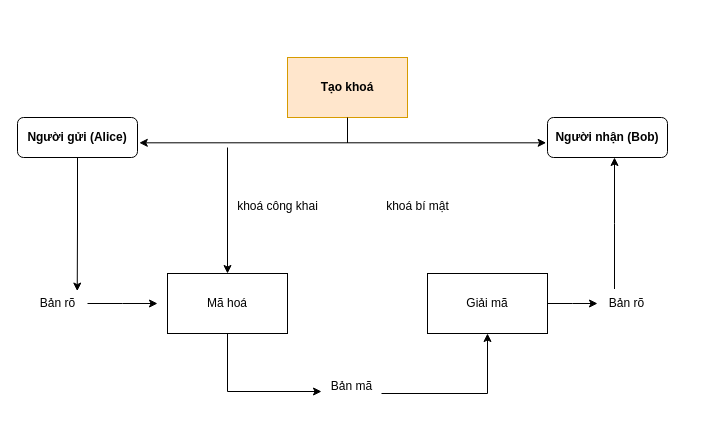
Earlier version of the draw.io diagram PKE.drawio (huyle84/diagrams). Source tidied: cells renumbered, new cells numbered last; positions are measured from the earlier drawing's top-left corner, leaving out a move shared by most shapes. Both pictures are drawn from the tidied source at 100%, with x=0, y=0 at pixel (17, 57).
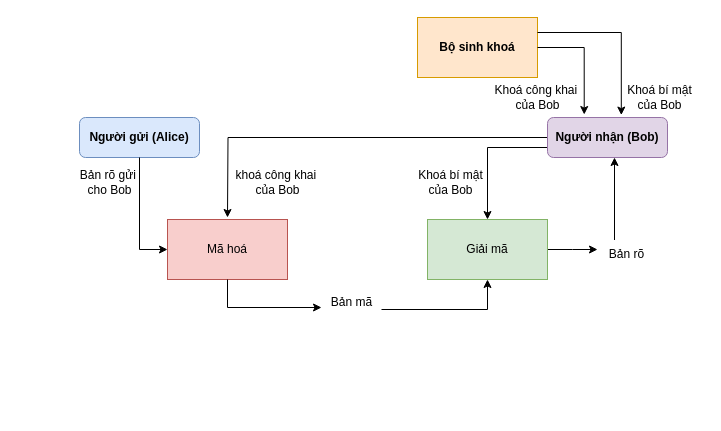
The same page after the edit.

The edit, as a diff of the source:
```diff
@@
-    <mxCell id="2" value="Mã hoá" style="rounded=0;whiteSpace=wrap;html=1;" parent="1" vertex="1">
-      <mxGeometry x="150" y="216" width="120" height="60" as="geometry" />
+    <mxCell id="2" value="Mã hoá" style="rounded=0;whiteSpace=wrap;html=1;fillColor=#f8cecc;strokeColor=#b85450;" parent="1" vertex="1">
+      <mxGeometry x="150" y="162" width="120" height="60" as="geometry" />
     </mxCell>
     <mxCell id="3" style="edgeStyle=orthogonalEdgeStyle;rounded=0;jettySize=auto;html=1;" parent="1" edge="1" source="4">
       <mxGeometry relative="1" as="geometry">
-        <mxPoint x="580" y="246" as="targetPoint" />
+        <mxPoint x="580" y="192" as="targetPoint" />
       </mxGeometry>
     </mxCell>
-    <mxCell id="4" value="Giải mã" style="rounded=0;whiteSpace=wrap;html=1;" parent="1" vertex="1">
-      <mxGeometry x="410" y="216" width="120" height="60" as="geometry" />
+    <mxCell id="4" value="Giải mã" style="rounded=0;whiteSpace=wrap;html=1;fillColor=#d5e8d4;strokeColor=#82b366;" parent="1" vertex="1">
+      <mxGeometry x="410" y="162" width="120" height="60" as="geometry" />
     </mxCell>
-    <mxCell id="5" style="edgeStyle=orthogonalEdgeStyle;rounded=0;jettySize=auto;html=1;exitX=0.5;exitY=1;exitDx=0;exitDy=0;entryX=1.015;entryY=0.633;entryDx=0;entryDy=0;entryPerimeter=0;" parent="1" edge="1" source="6" target="17">
-      <mxGeometry relative="1" as="geometry" />
+    <mxCell id="5" style="edgeStyle=orthogonalEdgeStyle;rounded=0;jettySize=auto;html=1;exitX=0;exitY=0.5;exitDx=0;exitDy=0;" parent="1" edge="1" source="18">
+      <mxGeometry relative="1" as="geometry">
+        <mxPoint x="210" y="160" as="targetPoint" />
+      </mxGeometry>
     </mxCell>
-    <mxCell id="6" value="Tạo khoá" style="rounded=0;whiteSpace=wrap;html=1;fillColor=#ffe6cc;strokeColor=#d79b00;fontStyle=1;" parent="1" vertex="1">
-      <mxGeometry x="270" width="120" height="60" as="geometry" />
+    <mxCell id="6" value="Bộ sinh khoá" style="rounded=0;whiteSpace=wrap;html=1;fillColor=#ffe6cc;strokeColor=#d79b00;fontStyle=1;" parent="1" vertex="1">
+      <mxGeometry x="400" y="-40" width="120" height="60" as="geometry" />
     </mxCell>
-    <mxCell id="7" style="edgeStyle=orthogonalEdgeStyle;rounded=0;jettySize=auto;html=1;exitX=0.5;exitY=1;exitDx=0;exitDy=0;entryX=-0.011;entryY=0.633;entryDx=0;entryDy=0;entryPerimeter=0;" parent="1" edge="1" source="6" target="18">
-      <mxGeometry relative="1" as="geometry" />
-    </mxCell>
-    <mxCell id="8" value="khoá công khai" style="text;html=1;align=center;verticalAlign=middle;strokeColor=none;fillColor=none;" parent="1" vertex="1">
-      <mxGeometry x="210" y="134" width="100" height="30" as="geometry" />
+    <mxCell id="8" value="khoá công khai&amp;nbsp;&lt;div&gt;của Bob&lt;/div&gt;" style="text;html=1;align=center;verticalAlign=middle;strokeColor=none;fillColor=none;" parent="1" vertex="1">
+      <mxGeometry x="205" y="105" width="110" height="40" as="geometry" />
     </mxCell>
-    <mxCell id="9" value="khoá bí mật" style="text;html=1;align=center;verticalAlign=middle;strokeColor=none;fillColor=none;" parent="1" vertex="1">
-      <mxGeometry x="355" y="134" width="90" height="30" as="geometry" />
+    <mxCell id="9" value="Khoá bí mật&lt;div&gt;của Bob&lt;br&gt;&lt;/div&gt;" style="text;html=1;align=center;verticalAlign=middle;strokeColor=none;fillColor=none;" parent="1" vertex="1">
+      <mxGeometry x="388" y="105" width="90" height="40" as="geometry" />
     </mxCell>
-    <mxCell id="10" style="edgeStyle=orthogonalEdgeStyle;rounded=0;jettySize=auto;html=1;" parent="1" edge="1" source="11">
-      <mxGeometry relative="1" as="geometry">
-        <mxPoint x="140" y="246" as="targetPoint" />
-      </mxGeometry>
-    </mxCell>
-    <mxCell id="11" value="Bản rõ" style="text;html=1;align=center;verticalAlign=middle;points=[];strokeColor=none;fillColor=none;" parent="1" vertex="1">
-      <mxGeometry x="10" y="231" width="60" height="30" as="geometry" />
-    </mxCell>
@@
     <mxCell id="13" value="Bản mã&lt;div&gt;&lt;br&gt;&lt;/div&gt;" style="text;html=1;align=center;verticalAlign=middle;points=[];strokeColor=none;fillColor=none;" parent="1" vertex="1">
-      <mxGeometry x="304" y="316" width="60" height="40" as="geometry" />
+      <mxGeometry x="304" y="232" width="60" height="40" as="geometry" />
     </mxCell>
@@
     <mxCell id="15" value="Bản rõ" style="text;html=1;align=center;verticalAlign=middle;points=[];strokeColor=none;fillColor=none;" parent="1" vertex="1">
-      <mxGeometry x="579" y="231" width="60" height="30" as="geometry" />
+      <mxGeometry x="579" y="182" width="60" height="30" as="geometry" />
     </mxCell>
@@
-    <mxCell id="17" value="Người gửi (Alice)" style="rounded=1;whiteSpace=wrap;html=1;fontStyle=1;" parent="1" vertex="1">
-      <mxGeometry y="60" width="120" height="40" as="geometry" />
+    <mxCell id="17" value="Người gửi (Alice)" style="rounded=1;whiteSpace=wrap;html=1;fontStyle=1;fillColor=#dae8fc;strokeColor=#6c8ebf;" parent="1" vertex="1">
+      <mxGeometry x="62" y="60" width="120" height="40" as="geometry" />
     </mxCell>
+    <mxCell id="21" style="edgeStyle=orthogonalEdgeStyle;rounded=0;jettySize=auto;html=1;exitX=0;exitY=0.75;exitDx=0;exitDy=0;entryX=0.5;entryY=0;entryDx=0;entryDy=0;" parent="1" edge="1" source="18" target="4">
+      <mxGeometry relative="1" as="geometry" />
+    </mxCell>
-    <mxCell id="18" value="Người nhận (Bob)" style="rounded=1;whiteSpace=wrap;html=1;fontStyle=1;" parent="1" vertex="1">
+    <mxCell id="18" value="Người nhận (Bob)" style="rounded=1;whiteSpace=wrap;html=1;fontStyle=1;fillColor=#e1d5e7;strokeColor=#9673a6;" parent="1" vertex="1">
       <mxGeometry x="530" y="60" width="120" height="40" as="geometry" />
     </mxCell>
-    <mxCell id="19" style="edgeStyle=orthogonalEdgeStyle;rounded=0;jettySize=auto;html=1;entryX=0.829;entryY=0.086;entryDx=0;entryDy=0;entryPerimeter=0;" parent="1" edge="1" source="17" target="11">
-      <mxGeometry relative="1" as="geometry" />
-    </mxCell>
-    <mxCell id="20" style="edgeStyle=none;jettySize=auto;html=1;rounded=0;entryX=0.5;entryY=0;entryDx=0;entryDy=0;" parent="1" edge="1" target="2">
-      <mxGeometry relative="1" as="geometry">
-        <mxPoint x="210" y="90" as="sourcePoint" />
-      </mxGeometry>
-    </mxCell>
+    <mxCell id="22" value="Bản rõ gửi&amp;nbsp;&lt;div&gt;cho Bob&lt;/div&gt;" style="text;html=1;align=center;verticalAlign=middle;strokeColor=none;fillColor=none;" parent="1" vertex="1">
+      <mxGeometry x="52" y="105" width="80" height="40" as="geometry" />
+    </mxCell>
+    <mxCell id="23" style="edgeStyle=orthogonalEdgeStyle;rounded=0;jettySize=auto;html=1;exitX=0.5;exitY=1;exitDx=0;exitDy=0;entryX=0;entryY=0.5;entryDx=0;entryDy=0;" parent="1" edge="1" source="17" target="2">
+      <mxGeometry relative="1" as="geometry" />
+    </mxCell>
+    <mxCell id="24" value="Khoá công khai&amp;nbsp;&lt;div&gt;của Bob&lt;/div&gt;" style="text;html=1;align=center;verticalAlign=middle;strokeColor=none;fillColor=none;" parent="1" vertex="1">
+      <mxGeometry x="465" y="20" width="110" height="40" as="geometry" />
+    </mxCell>
+    <mxCell id="25" style="edgeStyle=orthogonalEdgeStyle;rounded=0;jettySize=auto;html=1;exitX=1;exitY=0.5;exitDx=0;exitDy=0;entryX=0.306;entryY=-0.075;entryDx=0;entryDy=0;entryPerimeter=0;" parent="1" edge="1" source="6" target="18">
+      <mxGeometry relative="1" as="geometry" />
+    </mxCell>
+    <mxCell id="26" style="edgeStyle=orthogonalEdgeStyle;rounded=0;jettySize=auto;html=1;exitX=1;exitY=0.25;exitDx=0;exitDy=0;entryX=0.615;entryY=-0.061;entryDx=0;entryDy=0;entryPerimeter=0;" parent="1" edge="1" source="6" target="18">
+      <mxGeometry relative="1" as="geometry" />
+    </mxCell>
+    <mxCell id="27" value="Khoá bí mật&lt;div&gt;của Bob&lt;br&gt;&lt;/div&gt;" style="text;html=1;align=center;verticalAlign=middle;strokeColor=none;fillColor=none;" parent="1" vertex="1">
+      <mxGeometry x="597" y="20" width="90" height="40" as="geometry" />
+    </mxCell>
```
